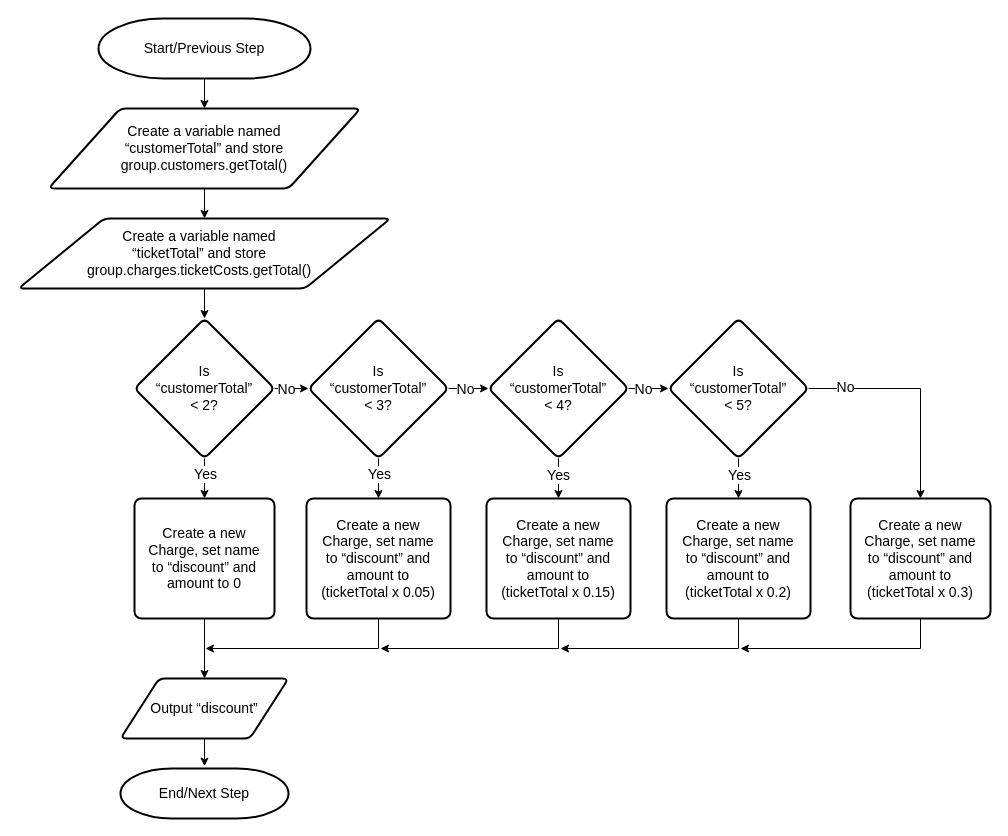
Earlier version of the draw.io diagram APS145NFF/W5/APS145_WS5_logic3_part3.drawio (lucanovello/Winter-2024). Source tidied: cells renumbered, new cells numbered last; positions are measured from the earlier drawing's top-left corner, leaving out a move shared by most shapes. Both pictures are drawn from the tidied source at 100%, with x=0, y=0 at pixel (18, 18).
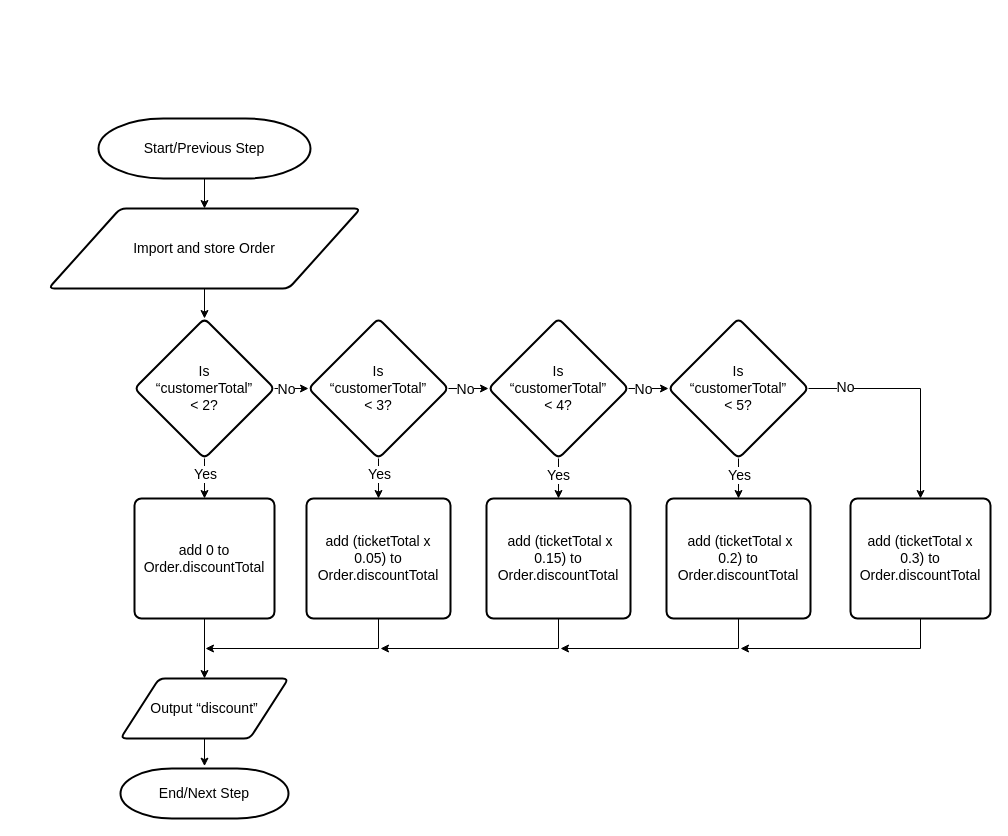
Above is the later version.

Unchanged cells that the change refers to:
```xml
<mxCell id="12" value="&lt;p style=&quot;line-height: 120%;&quot;&gt;Is “customerTotal” &amp;lt; 2?&lt;br style=&quot;font-size: 14px;&quot;&gt;&lt;/p&gt;" style="rhombus;whiteSpace=wrap;html=1;strokeWidth=2;rounded=1;arcSize=12;verticalAlign=middle;horizontal=1;spacing=10;spacingBottom=0;spacingTop=0;spacingLeft=15;spacingRight=15;fontSize=14;fontFamily=Helvetica;" parent="1" vertex="1">
  <mxGeometry x="116" y="300" width="140" height="140" as="geometry" />
</mxCell>
```

The edit, as a diff of the source:
```diff
@@
     <mxCell id="2" value="Start/Previous Step" style="strokeWidth=2;html=1;shape=mxgraph.flowchart.terminator;whiteSpace=wrap;spacing=10;spacingTop=0;spacingBottom=0;spacingLeft=0;spacingRight=0;fontSize=14;fontFamily=Helvetica;" parent="1" vertex="1">
-      <mxGeometry x="80" width="212" height="60" as="geometry" />
+      <mxGeometry x="80" y="100" width="212" height="60" as="geometry" />
     </mxCell>
@@
-    <mxCell id="4" style="edgeStyle=orthogonalEdgeStyle;rounded=0;jettySize=auto;html=1;entryX=0.5;entryY=0;entryDx=0;entryDy=0;spacing=10;spacingTop=0;spacingBottom=0;spacingLeft=0;spacingRight=0;fontSize=14;exitX=0.5;exitY=1;exitDx=0;exitDy=0;shadow=0;fontFamily=Helvetica;" parent="1" edge="1" source="5" target="7">
-      <mxGeometry relative="1" as="geometry" />
-    </mxCell>
+    <mxCell id="41" style="edgeStyle=orthogonalEdgeStyle;rounded=0;jettySize=auto;html=1;" parent="1" edge="1" source="5" target="12">
+      <mxGeometry relative="1" as="geometry" />
+    </mxCell>
-    <mxCell id="5" value="&lt;div&gt;Create a variable named “customerTotal” and store group.customers.getTotal()&lt;/div&gt;&lt;div style=&quot;font-size: 14px;&quot;&gt;&lt;/div&gt;" style="shape=parallelogram;html=1;strokeWidth=2;perimeter=parallelogramPerimeter;whiteSpace=wrap;rounded=1;arcSize=12;size=0.23;spacingLeft=30;spacingRight=30;spacing=10;fontSize=14;spacingTop=0;spacingBottom=0;fontFamily=Helvetica;" parent="1" vertex="1">
-      <mxGeometry x="30" y="90" width="312" height="80" as="geometry" />
+    <mxCell id="5" value="&lt;div&gt;&lt;span id=&quot;docs-internal-guid-c15a8d08-7fff-c43d-7457-2aff1bdf36c7&quot;&gt;&lt;/span&gt;Import and store Order&lt;/div&gt;&lt;div style=&quot;font-size: 14px;&quot;&gt;&lt;/div&gt;" style="shape=parallelogram;html=1;strokeWidth=2;perimeter=parallelogramPerimeter;whiteSpace=wrap;rounded=1;arcSize=12;size=0.23;spacingLeft=30;spacingRight=30;spacing=10;fontSize=14;spacingTop=0;spacingBottom=0;fontFamily=Helvetica;" parent="1" vertex="1">
+      <mxGeometry x="30" y="190" width="312" height="80" as="geometry" />
     </mxCell>
-    <mxCell id="6" style="edgeStyle=orthogonalEdgeStyle;rounded=0;jettySize=auto;html=1;spacing=10;spacingTop=0;spacingBottom=0;spacingLeft=0;spacingRight=0;fontSize=14;shadow=0;fontFamily=Helvetica;entryX=0.5;entryY=0;entryDx=0;entryDy=0;" parent="1" edge="1" source="7" target="12">
-      <mxGeometry relative="1" as="geometry" />
-    </mxCell>
-    <mxCell id="7" value="&lt;div&gt;Create a variable named “ticketTotal” and store group.charges.ticketCosts.getTotal()&lt;/div&gt;" style="shape=parallelogram;html=1;strokeWidth=2;perimeter=parallelogramPerimeter;whiteSpace=wrap;rounded=1;arcSize=12;size=0.23;spacing=10;spacingTop=0;spacingBottom=0;spacingLeft=60;spacingRight=70;fontSize=14;align=center;fontFamily=Helvetica;" parent="1" vertex="1">
-      <mxGeometry y="200" width="372" height="70" as="geometry" />
-    </mxCell>
@@
-    <mxCell id="32" value="Create a new Charge, set name to “discount” and amount to (ticketTotal x 0.15)" style="rounded=1;whiteSpace=wrap;html=1;absoluteArcSize=1;arcSize=14;strokeWidth=2;spacing=10;spacingTop=0;spacingBottom=0;spacingLeft=0;spacingRight=0;fontSize=14;fontFamily=Helvetica;" parent="1" vertex="1">
+    <mxCell id="32" value="&amp;nbsp;add (ticketTotal x 0.15) to Order.discountTotal" style="rounded=1;whiteSpace=wrap;html=1;absoluteArcSize=1;arcSize=14;strokeWidth=2;spacing=10;spacingTop=0;spacingBottom=0;spacingLeft=0;spacingRight=0;fontSize=14;fontFamily=Helvetica;" parent="1" vertex="1">
       <mxGeometry x="468" y="480" width="144" height="120" as="geometry" />
     </mxCell>
@@
-    <mxCell id="34" value="Create a new Charge, set name to “discount” and amount to (ticketTotal x 0.05)" style="rounded=1;whiteSpace=wrap;html=1;absoluteArcSize=1;arcSize=14;strokeWidth=2;spacing=10;spacingTop=0;spacingBottom=0;spacingLeft=0;spacingRight=0;fontSize=14;fontFamily=Helvetica;" parent="1" vertex="1">
+    <mxCell id="34" value="add (ticketTotal x 0.05) to Order.discountTotal" style="rounded=1;whiteSpace=wrap;html=1;absoluteArcSize=1;arcSize=14;strokeWidth=2;spacing=10;spacingTop=0;spacingBottom=0;spacingLeft=0;spacingRight=0;fontSize=14;fontFamily=Helvetica;" parent="1" vertex="1">
       <mxGeometry x="288" y="480" width="144" height="120" as="geometry" />
     </mxCell>
@@
-    <mxCell id="36" value="Create a new Charge, set name to “discount” and amount to (ticketTotal x 0.2)" style="rounded=1;whiteSpace=wrap;html=1;absoluteArcSize=1;arcSize=14;strokeWidth=2;spacing=10;spacingTop=0;spacingBottom=0;spacingLeft=0;spacingRight=0;fontSize=14;fontFamily=Helvetica;" parent="1" vertex="1">
+    <mxCell id="36" value="&amp;nbsp;add (ticketTotal x 0.2) to Order.discountTotal" style="rounded=1;whiteSpace=wrap;html=1;absoluteArcSize=1;arcSize=14;strokeWidth=2;spacing=10;spacingTop=0;spacingBottom=0;spacingLeft=0;spacingRight=0;fontSize=14;fontFamily=Helvetica;" parent="1" vertex="1">
       <mxGeometry x="648" y="480" width="144" height="120" as="geometry" />
     </mxCell>
@@
-    <mxCell id="38" value="Create a new Charge, set name to “discount” and amount to (ticketTotal x 0.3)" style="rounded=1;whiteSpace=wrap;html=1;absoluteArcSize=1;arcSize=14;strokeWidth=2;spacing=10;spacingTop=0;spacingBottom=0;spacingLeft=0;spacingRight=0;fontSize=14;fontFamily=Helvetica;" parent="1" vertex="1">
+    <mxCell id="38" value="add (ticketTotal x 0.3) to Order.discountTotal" style="rounded=1;whiteSpace=wrap;html=1;absoluteArcSize=1;arcSize=14;strokeWidth=2;spacing=10;spacingTop=0;spacingBottom=0;spacingLeft=0;spacingRight=0;fontSize=14;fontFamily=Helvetica;" parent="1" vertex="1">
       <mxGeometry x="832" y="480" width="140" height="120" as="geometry" />
     </mxCell>
@@
-    <mxCell id="40" value="Create a new Charge, set name to “discount” and amount to 0" style="rounded=1;whiteSpace=wrap;html=1;absoluteArcSize=1;arcSize=14;strokeWidth=2;spacing=10;spacingTop=0;spacingBottom=0;spacingLeft=0;spacingRight=0;fontSize=14;fontFamily=Helvetica;" parent="1" vertex="1">
+    <mxCell id="40" value="add 0 to Order.discountTotal" style="rounded=1;whiteSpace=wrap;html=1;absoluteArcSize=1;arcSize=14;strokeWidth=2;spacing=10;spacingTop=0;spacingBottom=0;spacingLeft=0;spacingRight=0;fontSize=14;fontFamily=Helvetica;" parent="1" vertex="1">
       <mxGeometry x="116" y="480" width="140" height="120" as="geometry" />
     </mxCell>
```
